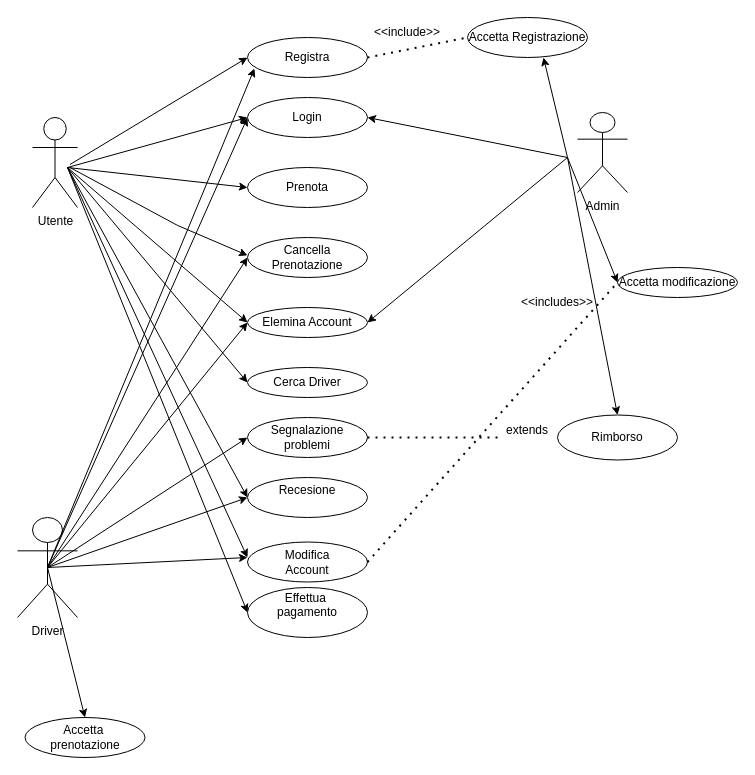
This is Documentazione/PD-UseCase schema.drawio from alfacorso2024Settembre/MyPersonalDriver, a draw.io file, before an edit. Source tidied: cells renumbered, new cells numbered last; positions are measured from the earlier drawing's top-left corner, leaving out a move shared by most shapes. Both pictures are drawn from the tidied source at 100%, with x=0, y=0 at pixel (17, 17).
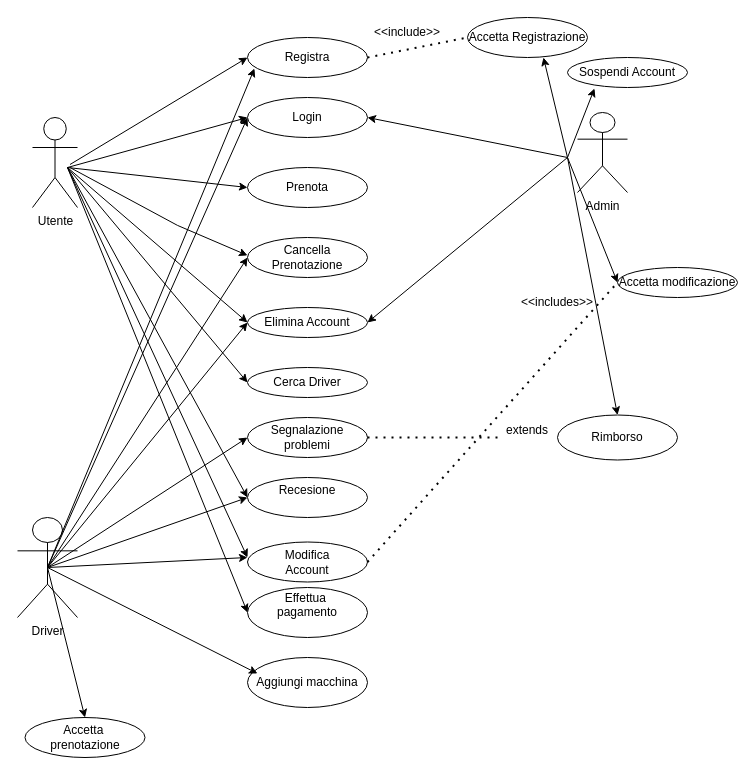
The same diagram, later.

Commit message:
modifica use case diagram

Diff of the diagram source:
```diff
@@
-    <mxCell id="7" value="Elemina Account" style="ellipse;whiteSpace=wrap;html=1;" parent="1" vertex="1">
+    <mxCell id="7" value="Elimina Account" style="ellipse;whiteSpace=wrap;html=1;" parent="1" vertex="1">
       <mxGeometry x="230" y="290" width="120" height="30" as="geometry" />
     </mxCell>
@@
+    <mxCell id="47" value="Sospendi Account" style="ellipse;whiteSpace=wrap;html=1;" parent="1" vertex="1">
+      <mxGeometry x="550" y="40" width="120" height="30" as="geometry" />
+    </mxCell>
+    <mxCell id="48" style="endArrow=classic;html=1;rounded=0;entryX=0.225;entryY=1.033;entryDx=0;entryDy=0;entryPerimeter=0;" parent="1" edge="1" target="47">
+      <mxGeometry relative="1" as="geometry">
+        <mxPoint x="550" y="140" as="sourcePoint" />
+      </mxGeometry>
+    </mxCell>
+    <mxCell id="49" value="&lt;div&gt;Aggiungi macchina&lt;/div&gt;" style="ellipse;whiteSpace=wrap;html=1;" parent="1" vertex="1">
+      <mxGeometry x="230" y="640" width="120" height="50" as="geometry" />
+    </mxCell>
+    <mxCell id="50" style="endArrow=classic;html=1;rounded=0;entryX=0.083;entryY=0.32;entryDx=0;entryDy=0;entryPerimeter=0;" parent="1" edge="1" target="49">
+      <mxGeometry relative="1" as="geometry">
+        <mxPoint x="30" y="550" as="sourcePoint" />
+      </mxGeometry>
+    </mxCell>
```
